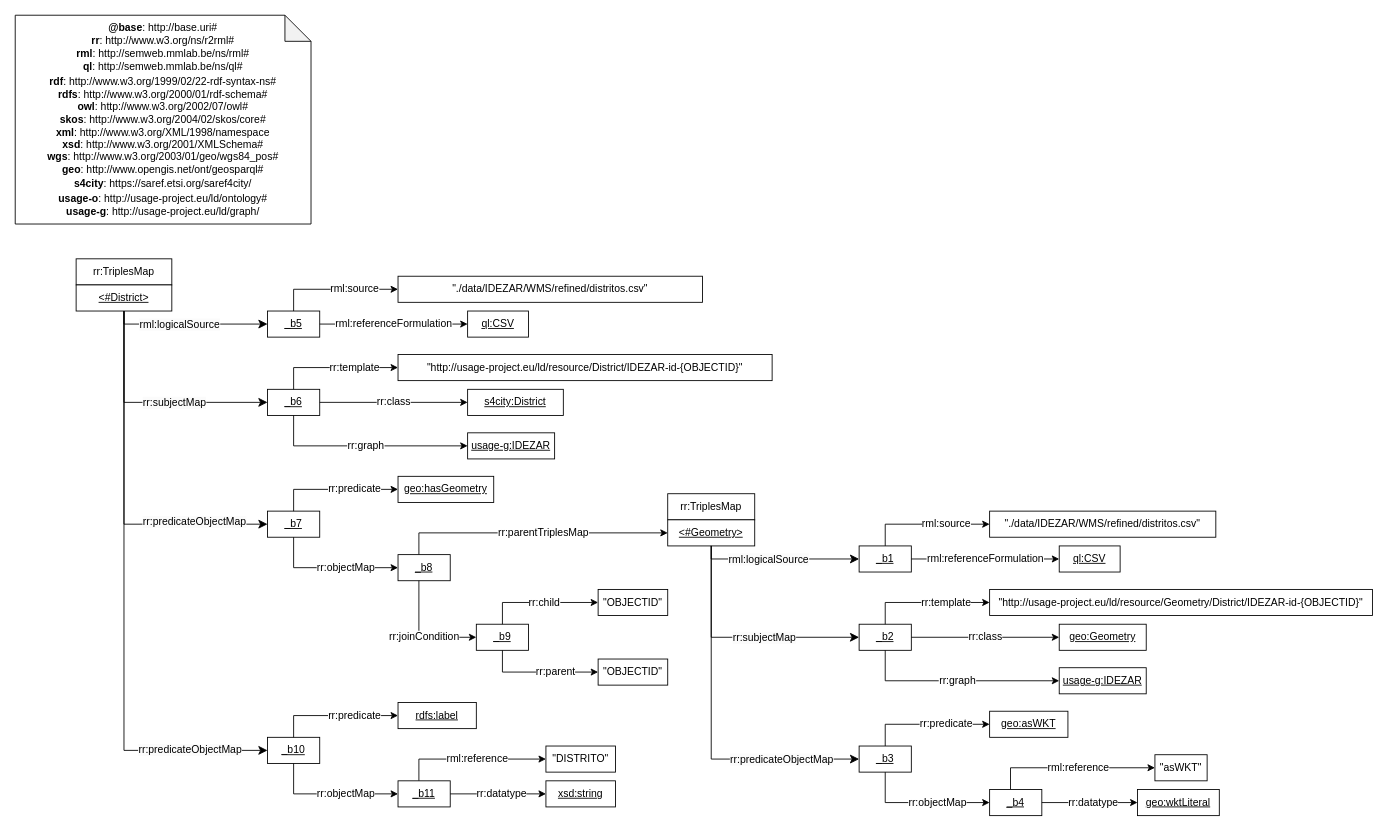
The draw.io diagram mapping/IDEZAR/Distritos/mappingIDEZARDistritos.drawio in OnToologyUser/ZGZ_ghg_emissions_knowledge_graph, before the edit. Source tidied: cells renumbered, new cells numbered last; positions are measured from the earlier drawing's top-left corner, leaving out a move shared by most shapes. Both pictures are drawn from the tidied source at 87%, with x=0, y=0 at pixel (15, 15).
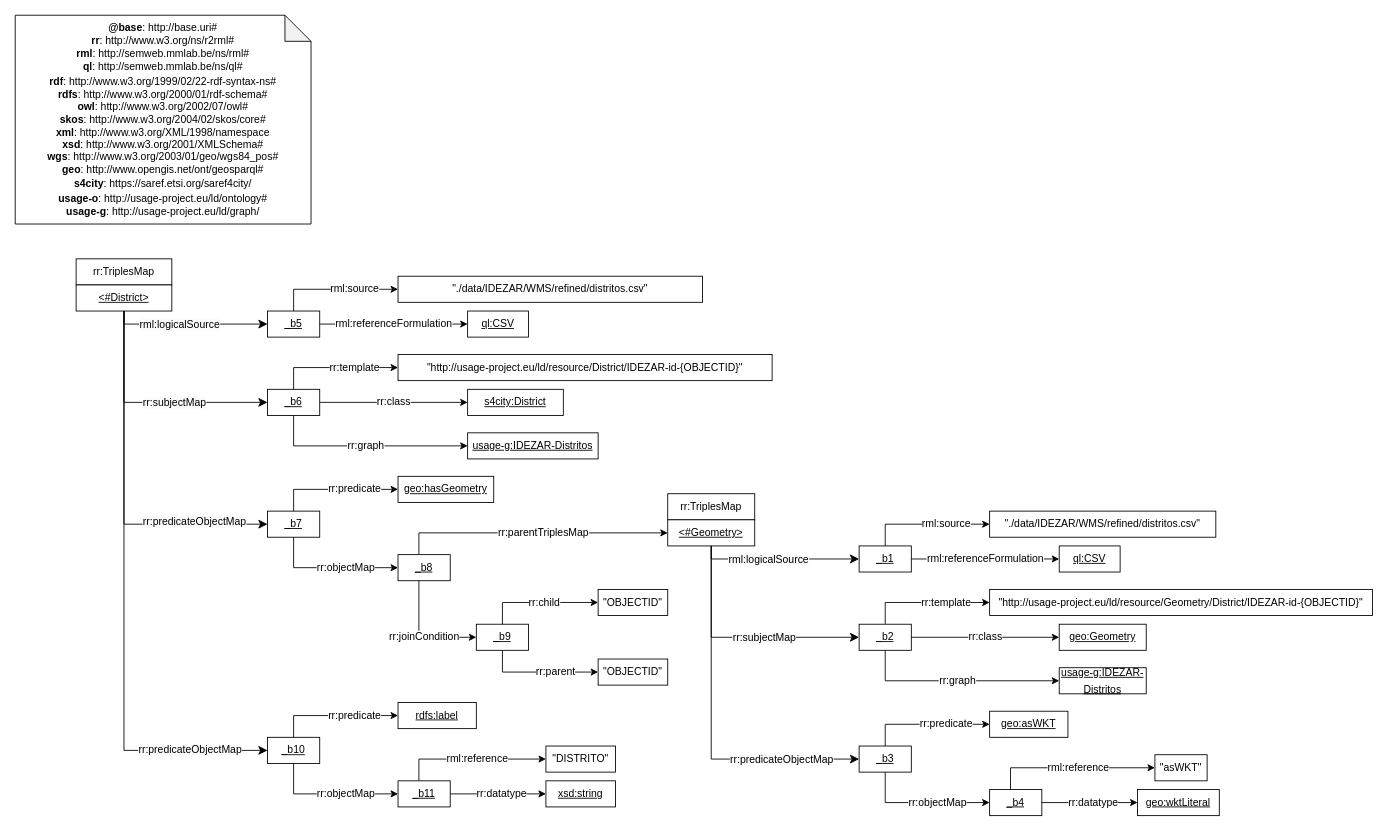
Above is the later version.

The edit, as a diff of the source:
```diff
@@
-    <mxCell id="19" value="&lt;div style=&quot;line-height: 19px;&quot;&gt;&lt;div style=&quot;line-height: 19px;&quot;&gt;usage-g:IDEZAR&lt;/div&gt;&lt;/div&gt;" style="rounded=0;whiteSpace=wrap;html=1;snapToPoint=1;points=[[0.1,0],[0.2,0],[0.3,0],[0.4,0],[0.5,0],[0.6,0],[0.7,0],[0.8,0],[0.9,0],[0,0.1],[0,0.3],[0,0.5],[0,0.7],[0,0.9],[0.1,1],[0.2,1],[0.3,1],[0.4,1],[0.5,1],[0.6,1],[0.7,1],[0.8,1],[0.9,1],[1,0.1],[1,0.3],[1,0.5],[1,0.7],[1,0.9]];fontStyle=4;" parent="1" vertex="1">
-      <mxGeometry x="520" y="480" width="100" height="30" as="geometry" />
+    <mxCell id="19" value="&lt;div style=&quot;line-height: 19px;&quot;&gt;&lt;div style=&quot;line-height: 19px;&quot;&gt;usage-g:IDEZAR-Distritos&lt;/div&gt;&lt;/div&gt;" style="rounded=0;whiteSpace=wrap;html=1;snapToPoint=1;points=[[0.1,0],[0.2,0],[0.3,0],[0.4,0],[0.5,0],[0.6,0],[0.7,0],[0.8,0],[0.9,0],[0,0.1],[0,0.3],[0,0.5],[0,0.7],[0,0.9],[0.1,1],[0.2,1],[0.3,1],[0.4,1],[0.5,1],[0.6,1],[0.7,1],[0.8,1],[0.9,1],[1,0.1],[1,0.3],[1,0.5],[1,0.7],[1,0.9]];fontStyle=4;" parent="1" vertex="1">
+      <mxGeometry x="520" y="480" width="150" height="30" as="geometry" />
     </mxCell>
@@
-    <mxCell id="47" value="&lt;div style=&quot;line-height: 19px;&quot;&gt;&lt;div style=&quot;line-height: 19px;&quot;&gt;usage-g:IDEZAR&lt;/div&gt;&lt;/div&gt;" style="rounded=0;whiteSpace=wrap;html=1;snapToPoint=1;points=[[0.1,0],[0.2,0],[0.3,0],[0.4,0],[0.5,0],[0.6,0],[0.7,0],[0.8,0],[0.9,0],[0,0.1],[0,0.3],[0,0.5],[0,0.7],[0,0.9],[0.1,1],[0.2,1],[0.3,1],[0.4,1],[0.5,1],[0.6,1],[0.7,1],[0.8,1],[0.9,1],[1,0.1],[1,0.3],[1,0.5],[1,0.7],[1,0.9]];fontStyle=4;" parent="1" vertex="1">
+    <mxCell id="47" value="&lt;div style=&quot;line-height: 19px;&quot;&gt;&lt;div style=&quot;line-height: 19px;&quot;&gt;usage-g:IDEZAR-Distritos&lt;/div&gt;&lt;/div&gt;" style="rounded=0;whiteSpace=wrap;html=1;snapToPoint=1;points=[[0.1,0],[0.2,0],[0.3,0],[0.4,0],[0.5,0],[0.6,0],[0.7,0],[0.8,0],[0.9,0],[0,0.1],[0,0.3],[0,0.5],[0,0.7],[0,0.9],[0.1,1],[0.2,1],[0.3,1],[0.4,1],[0.5,1],[0.6,1],[0.7,1],[0.8,1],[0.9,1],[1,0.1],[1,0.3],[1,0.5],[1,0.7],[1,0.9]];fontStyle=4;" parent="1" vertex="1">
       <mxGeometry x="1200" y="750" width="100" height="30" as="geometry" />
     </mxCell>
```
